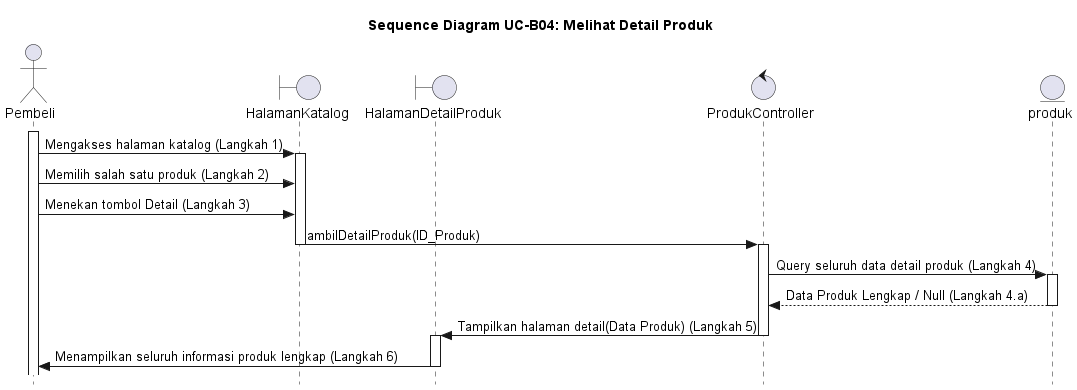
Above: out/UC-B04/SD-UC-B04_MelihatDetailProduk.png in alfiahnurfa/RSI-PROYEK-AKHIR-SEQUENCE (PlantUML), before the change.
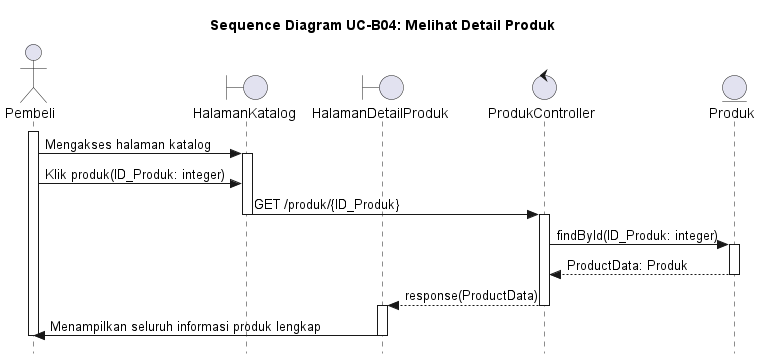
After the change.

Diff of the diagram source:
```diff
@@ -6,32 +6,29 @@
 boundary HalamanKatalog
 boundary HalamanDetailProduk
 control ProdukController
-entity produk
+entity Produk
 
 activate Pembeli
-Pembeli -> HalamanKatalog : Mengakses halaman katalog (Langkah 1)
+Pembeli -> HalamanKatalog : Mengakses halaman katalog
 activate HalamanKatalog
 
-Pembeli -> HalamanKatalog : Memilih salah satu produk (Langkah 2)
+Pembeli -> HalamanKatalog : Klik produk(ID_Produk: integer)
 
-Pembeli -> HalamanKatalog : Menekan tombol Detail (Langkah 3)
-HalamanKatalog -> ProdukController : ambilDetailProduk(ID_Produk)
+HalamanKatalog -> ProdukController : GET /produk/{ID_Produk}
 deactivate HalamanKatalog
 activate ProdukController
 
-ProdukController -> produk : Query seluruh data detail produk (Langkah 4)
-activate produk
-return Data Produk Lengkap / Null (Langkah 4.a)
+ProdukController -> Produk : findById(ID_Produk: integer)
+activate Produk
+Produk --> ProdukController : ProductData: Produk
+deactivate Produk
 
-ProdukController -> HalamanDetailProduk : Tampilkan halaman detail(Data Produk) (Langkah 5)
+ProdukController --> HalamanDetailProduk : response(ProductData)
 deactivate ProdukController
 activate HalamanDetailProduk
 
-HalamanDetailProduk -> Pembeli : Menampilkan seluruh informasi produk lengkap (Langkah 6)
+HalamanDetailProduk -> Pembeli : Menampilkan seluruh informasi produk lengkap
 deactivate HalamanDetailProduk
-
-
-
-deactivate produk
+deactivate Pembeli
 
 @enduml
```
